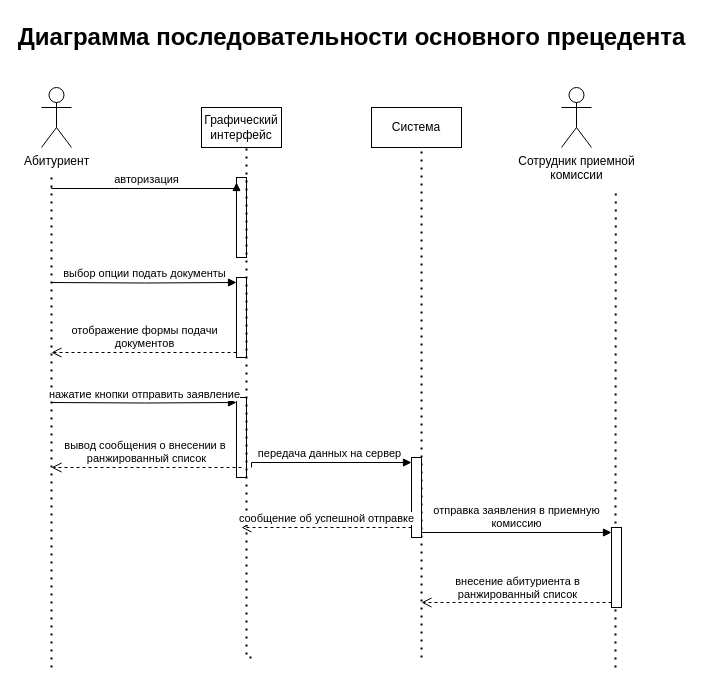
Above: ict_design_lab_7.drawio in avetodef/ict_cpp_course_3rd_year (draw.io), before the change. Source tidied: cells renumbered, new cells numbered last; positions are measured from the earlier drawing's top-left corner, leaving out a move shared by most shapes. Both pictures are drawn from the tidied source at 100%, with x=0, y=0 at pixel (41, 17).
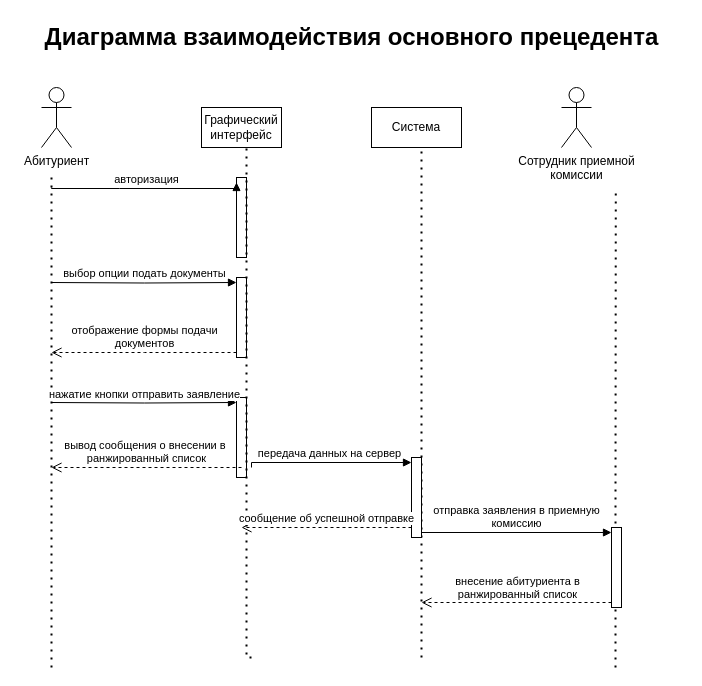
The same diagram, later.

The edit, as a diff of the source:
```diff
@@
-    <mxCell id="24" value="Диаграмма последовательности основного прецедента" style="text;strokeColor=none;fillColor=none;html=1;fontSize=24;fontStyle=1;verticalAlign=middle;align=center;" parent="1" vertex="1">
+    <mxCell id="24" value="Диаграмма взаимодействия основного прецедента" style="text;strokeColor=none;fillColor=none;html=1;fontSize=24;fontStyle=1;verticalAlign=middle;align=center;" parent="1" vertex="1">
       <mxGeometry x="260" width="100" height="40" as="geometry" />
     </mxCell>
```
